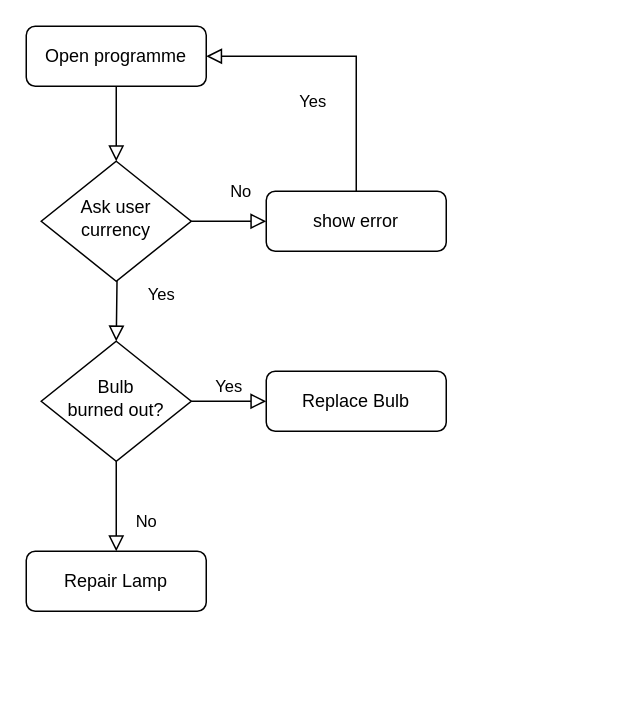
The draw.io diagram Pealkirjata diagramm.drawio in Ra55u/BitCoinApp, before the edit. Source tidied: cells renumbered, new cells numbered last; positions are measured from the earlier drawing's top-left corner, leaving out a move shared by most shapes. Both pictures are drawn from the tidied source at 150%, with x=0, y=0 at pixel (26, 26).
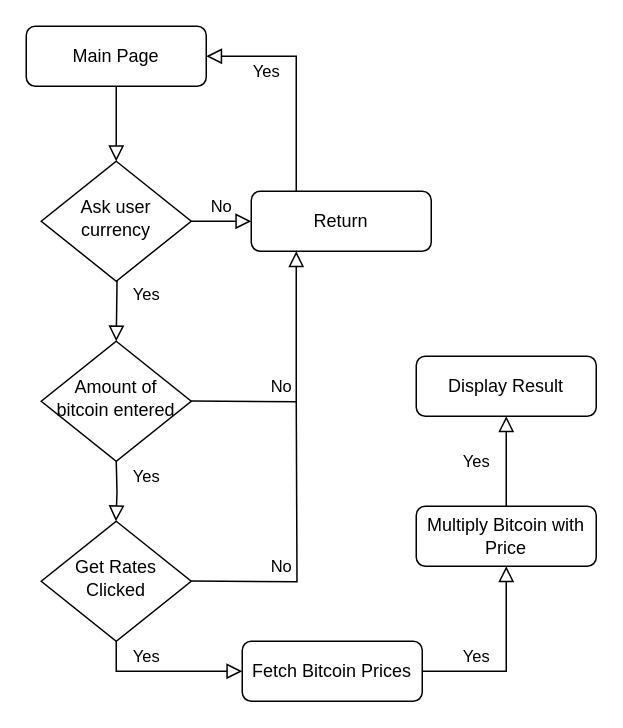
Above is the later version.

Unchanged cells that the change refers to:
```xml
<mxCell id="10" value="Ask user currency" style="rhombus;whiteSpace=wrap;html=1;shadow=0;fontFamily=Helvetica;fontSize=12;align=center;strokeWidth=1;spacing=6;spacingTop=-4;" parent="1" vertex="1">
  <mxGeometry x="10" y="90" width="100" height="80" as="geometry" />
</mxCell>
```

What changed in the source:
```diff
@@
-    <mxCell id="3" value="Open programme" style="rounded=1;whiteSpace=wrap;html=1;fontSize=12;glass=0;strokeWidth=1;shadow=0;" parent="1" vertex="1">
+    <mxCell id="3" value="Main Page" style="rounded=1;whiteSpace=wrap;html=1;fontSize=12;glass=0;strokeWidth=1;shadow=0;" parent="1" vertex="1">
       <mxGeometry width="120" height="40" as="geometry" />
     </mxCell>
     <mxCell id="4" value="Yes" style="rounded=0;html=1;jettySize=auto;fontSize=11;endArrow=block;endFill=0;endSize=8;strokeWidth=1;shadow=0;labelBackgroundColor=none;edgeStyle=orthogonalEdgeStyle;exitX=0.5;exitY=1;exitDx=0;exitDy=0;" parent="1" edge="1" target="7">
-      <mxGeometry x="0.25" y="30" relative="1" as="geometry">
+      <mxGeometry x="0.25" y="20" relative="1" as="geometry">
         <mxPoint x="60" y="130" as="sourcePoint" />
       </mxGeometry>
     </mxCell>
-    <mxCell id="5" value="No" style="rounded=0;html=1;jettySize=auto;fontSize=11;endArrow=block;endFill=0;endSize=8;strokeWidth=1;shadow=0;labelBackgroundColor=none;edgeStyle=orthogonalEdgeStyle;" parent="1" edge="1" source="7" target="8">
-      <mxGeometry x="0.33" y="20" relative="1" as="geometry" />
-    </mxCell>
-    <mxCell id="6" value="Yes" style="edgeStyle=orthogonalEdgeStyle;rounded=0;html=1;jettySize=auto;fontSize=11;endArrow=block;endFill=0;endSize=8;strokeWidth=1;shadow=0;labelBackgroundColor=none;" parent="1" edge="1" source="7" target="9">
-      <mxGeometry y="10" relative="1" as="geometry" />
-    </mxCell>
-    <mxCell id="7" value="Bulb&lt;br&gt;burned out?" style="rhombus;whiteSpace=wrap;html=1;shadow=0;fontFamily=Helvetica;fontSize=12;align=center;strokeWidth=1;spacing=6;spacingTop=-4;" parent="1" vertex="1">
+    <mxCell id="7" value="Amount of bitcoin entered" style="rhombus;whiteSpace=wrap;html=1;shadow=0;fontFamily=Helvetica;fontSize=12;align=center;strokeWidth=1;spacing=6;spacingTop=-4;" parent="1" vertex="1">
       <mxGeometry x="10" y="210" width="100" height="80" as="geometry" />
     </mxCell>
-    <mxCell id="8" value="Repair Lamp" style="rounded=1;whiteSpace=wrap;html=1;fontSize=12;glass=0;strokeWidth=1;shadow=0;" parent="1" vertex="1">
-      <mxGeometry y="350" width="120" height="40" as="geometry" />
-    </mxCell>
-    <mxCell id="9" value="Replace Bulb" style="rounded=1;whiteSpace=wrap;html=1;fontSize=12;glass=0;strokeWidth=1;shadow=0;" parent="1" vertex="1">
-      <mxGeometry x="160" y="230" width="120" height="40" as="geometry" />
+    <mxCell id="9" value="Return" style="rounded=1;whiteSpace=wrap;html=1;fontSize=12;glass=0;strokeWidth=1;shadow=0;" parent="1" vertex="1">
+      <mxGeometry x="150" y="110" width="120" height="40" as="geometry" />
     </mxCell>
@@
-    <mxCell id="11" value="show error" style="rounded=1;whiteSpace=wrap;html=1;fontSize=12;glass=0;strokeWidth=1;shadow=0;" parent="1" vertex="1">
-      <mxGeometry x="160" y="110" width="120" height="40" as="geometry" />
-    </mxCell>
-    <mxCell id="12" value="No" style="rounded=0;html=1;jettySize=auto;fontSize=11;endArrow=block;endFill=0;endSize=8;strokeWidth=1;shadow=0;labelBackgroundColor=none;edgeStyle=orthogonalEdgeStyle;entryX=0;entryY=0.5;entryDx=0;entryDy=0;exitX=1;exitY=0.5;exitDx=0;exitDy=0;" parent="1" edge="1" source="10" target="11">
-      <mxGeometry x="0.33" y="20" relative="1" as="geometry" />
+    <mxCell id="12" value="No" style="rounded=0;html=1;jettySize=auto;fontSize=11;endArrow=block;endFill=0;endSize=8;strokeWidth=1;shadow=0;labelBackgroundColor=none;edgeStyle=orthogonalEdgeStyle;exitX=1;exitY=0.5;exitDx=0;exitDy=0;" parent="1" edge="1" source="10">
+      <mxGeometry x="-0.01" y="-10" relative="1" as="geometry">
+        <mxPoint x="150" y="130" as="targetPoint" />
+        <mxPoint x="10" y="-10" as="offset" />
+      </mxGeometry>
     </mxCell>
-    <mxCell id="13" value="Yes" style="rounded=0;html=1;jettySize=auto;fontSize=11;endArrow=block;endFill=0;endSize=8;strokeWidth=1;shadow=0;labelBackgroundColor=none;edgeStyle=orthogonalEdgeStyle;exitX=0.5;exitY=0;exitDx=0;exitDy=0;entryX=1;entryY=0.5;entryDx=0;entryDy=0;" parent="1" edge="1" source="11" target="3">
-      <mxGeometry x="0.25" y="30" relative="1" as="geometry" />
+    <mxCell id="13" value="Yes" style="rounded=0;html=1;jettySize=auto;fontSize=11;endArrow=block;endFill=0;endSize=8;strokeWidth=1;shadow=0;labelBackgroundColor=none;edgeStyle=orthogonalEdgeStyle;exitX=0.25;exitY=0;exitDx=0;exitDy=0;entryX=1;entryY=0.5;entryDx=0;entryDy=0;" parent="1" edge="1" source="9" target="3">
+      <mxGeometry x="0.47" y="10" relative="1" as="geometry" />
     </mxCell>
+    <mxCell id="14" value="No" style="rounded=0;html=1;jettySize=auto;fontSize=11;endArrow=block;endFill=0;endSize=8;strokeWidth=1;shadow=0;labelBackgroundColor=none;edgeStyle=orthogonalEdgeStyle;exitX=1;exitY=0.5;exitDx=0;exitDy=0;entryX=0.25;entryY=1;entryDx=0;entryDy=0;" parent="1" edge="1" target="9">
+      <mxGeometry x="-0.06" y="10" relative="1" as="geometry">
+        <mxPoint x="110" y="249.8" as="sourcePoint" />
+      </mxGeometry>
+    </mxCell>
+    <mxCell id="15" value="Get Rates Clicked" style="rhombus;whiteSpace=wrap;html=1;shadow=0;fontFamily=Helvetica;fontSize=12;align=center;strokeWidth=1;spacing=6;spacingTop=-4;" parent="1" vertex="1">
+      <mxGeometry x="10" y="330" width="100" height="80" as="geometry" />
+    </mxCell>
+    <mxCell id="16" value="Yes" style="rounded=0;html=1;jettySize=auto;orthogonalLoop=1;fontSize=11;endArrow=block;endFill=0;endSize=8;strokeWidth=1;shadow=0;labelBackgroundColor=none;edgeStyle=orthogonalEdgeStyle;" parent="1" edge="1">
+      <mxGeometry x="-0.48" y="20" relative="1" as="geometry">
+        <mxPoint x="60" y="290" as="sourcePoint" />
+        <mxPoint x="59.8" y="330" as="targetPoint" />
+      </mxGeometry>
+    </mxCell>
+    <mxCell id="17" value="No" style="rounded=0;html=1;jettySize=auto;orthogonalLoop=1;fontSize=11;endArrow=none;endFill=0;strokeWidth=1;shadow=0;labelBackgroundColor=none;edgeStyle=orthogonalEdgeStyle;exitX=1;exitY=0.5;exitDx=0;exitDy=0;" parent="1" edge="1">
+      <mxGeometry x="-0.37" y="10" relative="1" as="geometry">
+        <mxPoint x="110" y="369.8" as="sourcePoint" />
+        <mxPoint x="180" y="250" as="targetPoint" />
+      </mxGeometry>
+    </mxCell>
+    <mxCell id="18" value="Fetch Bitcoin Prices" style="rounded=1;whiteSpace=wrap;html=1;fontSize=12;glass=0;strokeWidth=1;shadow=0;" parent="1" vertex="1">
+      <mxGeometry x="144" y="410" width="120" height="40" as="geometry" />
+    </mxCell>
+    <mxCell id="19" value="Yes" style="rounded=0;html=1;jettySize=auto;fontSize=11;endArrow=block;endFill=0;endSize=8;strokeWidth=1;shadow=0;labelBackgroundColor=none;edgeStyle=orthogonalEdgeStyle;exitX=0.5;exitY=1;exitDx=0;exitDy=0;entryX=0;entryY=0.5;entryDx=0;entryDy=0;" parent="1" edge="1" source="15" target="18">
+      <mxGeometry x="-0.23" y="10" relative="1" as="geometry" />
+    </mxCell>
+    <mxCell id="20" value="Multiply Bitcoin with Price" style="rounded=1;whiteSpace=wrap;html=1;fontSize=12;glass=0;strokeWidth=1;shadow=0;" parent="1" vertex="1">
+      <mxGeometry x="260" y="320" width="120" height="40" as="geometry" />
+    </mxCell>
+    <mxCell id="21" value="Display Result" style="rounded=1;whiteSpace=wrap;html=1;fontSize=12;glass=0;strokeWidth=1;shadow=0;" parent="1" vertex="1">
+      <mxGeometry x="260" y="220" width="120" height="40" as="geometry" />
+    </mxCell>
+    <mxCell id="22" value="Yes" style="rounded=0;html=1;jettySize=auto;fontSize=11;endArrow=block;endFill=0;endSize=8;strokeWidth=1;shadow=0;labelBackgroundColor=none;edgeStyle=orthogonalEdgeStyle;exitX=0.5;exitY=1;exitDx=0;exitDy=0;entryX=0.5;entryY=1;entryDx=0;entryDy=0;" parent="1" edge="1" target="20">
+      <mxGeometry x="-0.43" y="10" relative="1" as="geometry">
+        <mxPoint x="264" y="430" as="sourcePoint" />
+        <Array as="points">
+          <mxPoint x="320" y="430" />
+        </Array>
+      </mxGeometry>
+    </mxCell>
+    <mxCell id="23" value="Yes" style="rounded=0;html=1;jettySize=auto;fontSize=11;endArrow=block;endFill=0;endSize=8;strokeWidth=1;shadow=0;labelBackgroundColor=none;edgeStyle=orthogonalEdgeStyle;exitX=0.5;exitY=0;exitDx=0;exitDy=0;entryX=0.5;entryY=1;entryDx=0;entryDy=0;" parent="1" edge="1" source="20" target="21">
+      <mxGeometry y="20" relative="1" as="geometry">
+        <Array as="points">
+          <mxPoint x="320" y="280" />
+          <mxPoint x="320" y="280" />
+        </Array>
+      </mxGeometry>
+    </mxCell>
```
